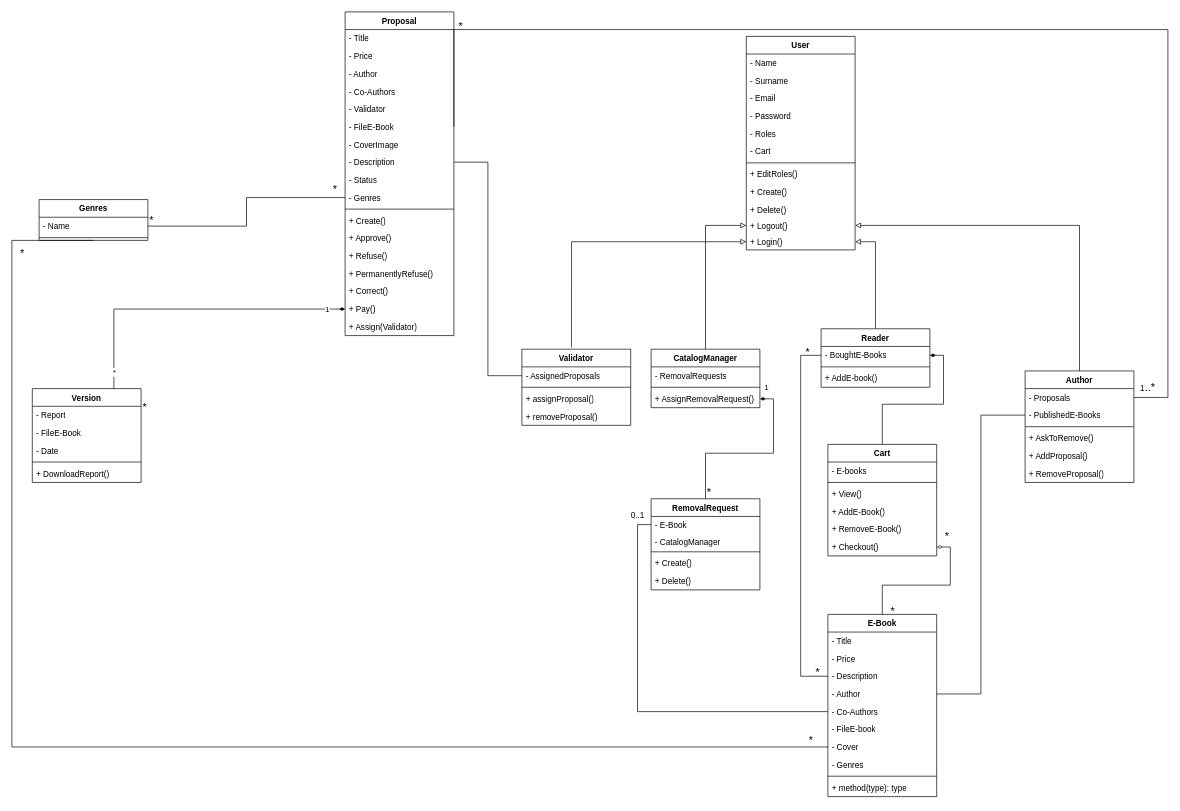
Before: Deliverables/ClassDiagram.drawio in Dabi1290/BookVerse, a draw.io diagram. Source tidied: cells renumbered, new cells numbered last; positions are measured from the earlier drawing's top-left corner, leaving out a move shared by most shapes. Both pictures are drawn from the tidied source at 68%, with x=0, y=0 at pixel (12, 12).
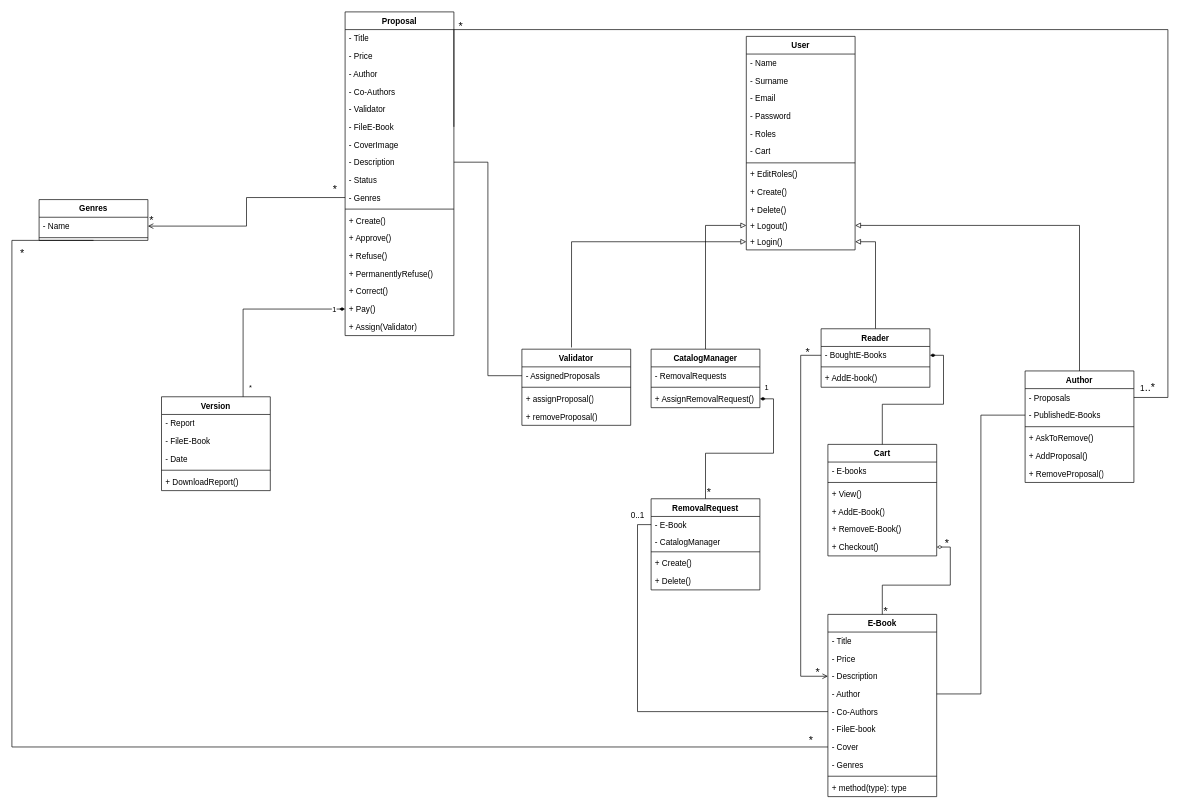
Above is the later version.

Commit message:
Update Class Diagram

The change refers to these unchanged cells:
```xml
<mxCell id="12" value="- Genres" style="text;strokeColor=none;fillColor=none;align=left;verticalAlign=top;spacingLeft=4;spacingRight=4;overflow=hidden;points=[[0,0.5],[1,0.5]];portConstraint=eastwest;whiteSpace=wrap;html=1;" parent="2" vertex="1">
  <mxGeometry y="260" width="160" height="26" as="geometry" />
</mxCell>
<mxCell id="31" value="- Description" style="text;strokeColor=none;fillColor=none;align=left;verticalAlign=top;spacingLeft=4;spacingRight=4;overflow=hidden;points=[[0,0.5],[1,0.5]];portConstraint=eastwest;whiteSpace=wrap;html=1;" parent="28" vertex="1">
  <mxGeometry y="78" width="160" height="26" as="geometry" />
</mxCell>
<mxCell id="47" value="- Name" style="text;strokeColor=none;fillColor=none;align=left;verticalAlign=top;spacingLeft=4;spacingRight=4;overflow=hidden;points=[[0,0.5],[1,0.5]];portConstraint=eastwest;whiteSpace=wrap;html=1;" parent="46" vertex="1">
  <mxGeometry y="26" width="160" height="26" as="geometry" />
</mxCell>
<mxCell id="78" value="- BoughtE-Books" style="text;strokeColor=none;fillColor=none;align=left;verticalAlign=top;spacingLeft=4;spacingRight=4;overflow=hidden;points=[[0,0.5],[1,0.5]];portConstraint=eastwest;whiteSpace=wrap;html=1;" parent="77" vertex="1">
  <mxGeometry y="26" width="160" height="26" as="geometry" />
</mxCell>
<mxCell id="115" style="edgeStyle=orthogonalEdgeStyle;rounded=0;jettySize=auto;html=1;entryX=0.75;entryY=0;entryDx=0;entryDy=0;endArrow=none;endFill=0;startArrow=diamondThin;startFill=1;" parent="1" edge="1" source="19" target="49">
  <mxGeometry relative="1" as="geometry" />
</mxCell>
```

Change to the diagram source:
```diff
@@
     <mxCell id="49" value="Version" style="swimlane;fontStyle=1;align=center;verticalAlign=top;horizontal=1;startSize=26;whiteSpace=wrap;html=1;" parent="1" vertex="1">
-      <mxGeometry x="30" y="554" width="160" height="138" as="geometry" />
+      <mxGeometry x="220" y="566" width="160" height="138" as="geometry" />
     </mxCell>
@@
-    <mxCell id="93" style="edgeStyle=orthogonalEdgeStyle;rounded=0;jettySize=auto;html=1;exitX=0;exitY=0.5;exitDx=0;exitDy=0;entryX=0;entryY=0.5;entryDx=0;entryDy=0;endArrow=none;endFill=0;" parent="1" edge="1" source="78" target="31">
+    <mxCell id="93" style="edgeStyle=orthogonalEdgeStyle;rounded=0;jettySize=auto;html=1;exitX=0;exitY=0.5;exitDx=0;exitDy=0;entryX=0;entryY=0.5;entryDx=0;entryDy=0;endArrow=open;endFill=0;startArrow=none;startFill=0;" parent="1" edge="1" source="78" target="31">
       <mxGeometry relative="1" as="geometry">
         <Array as="points">
           <mxPoint x="1160" y="505" />
           <mxPoint x="1160" y="977" />
         </Array>
       </mxGeometry>
     </mxCell>
@@
-    <mxCell id="99" style="edgeStyle=orthogonalEdgeStyle;rounded=0;jettySize=auto;html=1;exitX=1;exitY=0.5;exitDx=0;exitDy=0;entryX=0;entryY=0.5;entryDx=0;entryDy=0;endArrow=none;endFill=0;" parent="1" edge="1" source="47" target="12">
+    <mxCell id="99" style="edgeStyle=orthogonalEdgeStyle;rounded=0;jettySize=auto;html=1;exitX=1;exitY=0.5;exitDx=0;exitDy=0;entryX=0;entryY=0.5;entryDx=0;entryDy=0;endArrow=none;endFill=0;startArrow=open;startFill=0;" parent="1" edge="1" source="47" target="12">
       <mxGeometry relative="1" as="geometry" />
     </mxCell>
-    <mxCell id="100" value="&lt;font style=&quot;font-size: 16px;&quot;&gt;*&lt;/font&gt;" style="text;html=1;align=center;verticalAlign=middle;strokeColor=none;fillColor=none;" parent="1" vertex="1">
-      <mxGeometry x="180" y="566" width="30" height="30" as="geometry" />
-    </mxCell>
@@
     <mxCell id="109" value="&lt;font style=&quot;font-size: 16px;&quot;&gt;*&lt;/font&gt;" style="text;html=1;align=center;verticalAlign=middle;strokeColor=none;fillColor=none;" parent="1" vertex="1">
-      <mxGeometry x="1360" y="756" width="30" height="30" as="geometry" />
+      <mxGeometry x="1360" y="766" width="30" height="30" as="geometry" />
     </mxCell>
     <mxCell id="110" value="&lt;font style=&quot;font-size: 16px;&quot;&gt;*&lt;/font&gt;" style="text;html=1;align=center;verticalAlign=middle;strokeColor=none;fillColor=none;" parent="1" vertex="1">
-      <mxGeometry x="1280" y="866" width="30" height="30" as="geometry" />
+      <mxGeometry x="1270" y="866" width="30" height="30" as="geometry" />
     </mxCell>
@@
     <mxCell id="116" value="*" style="edgeLabel;html=1;align=center;verticalAlign=middle;" parent="115" vertex="1">
-      <mxGeometry x="0.89" relative="1" as="geometry" />
+      <mxGeometry x="0.89" relative="1" as="geometry">
+        <mxPoint x="10" as="offset" />
+      </mxGeometry>
     </mxCell>
```
